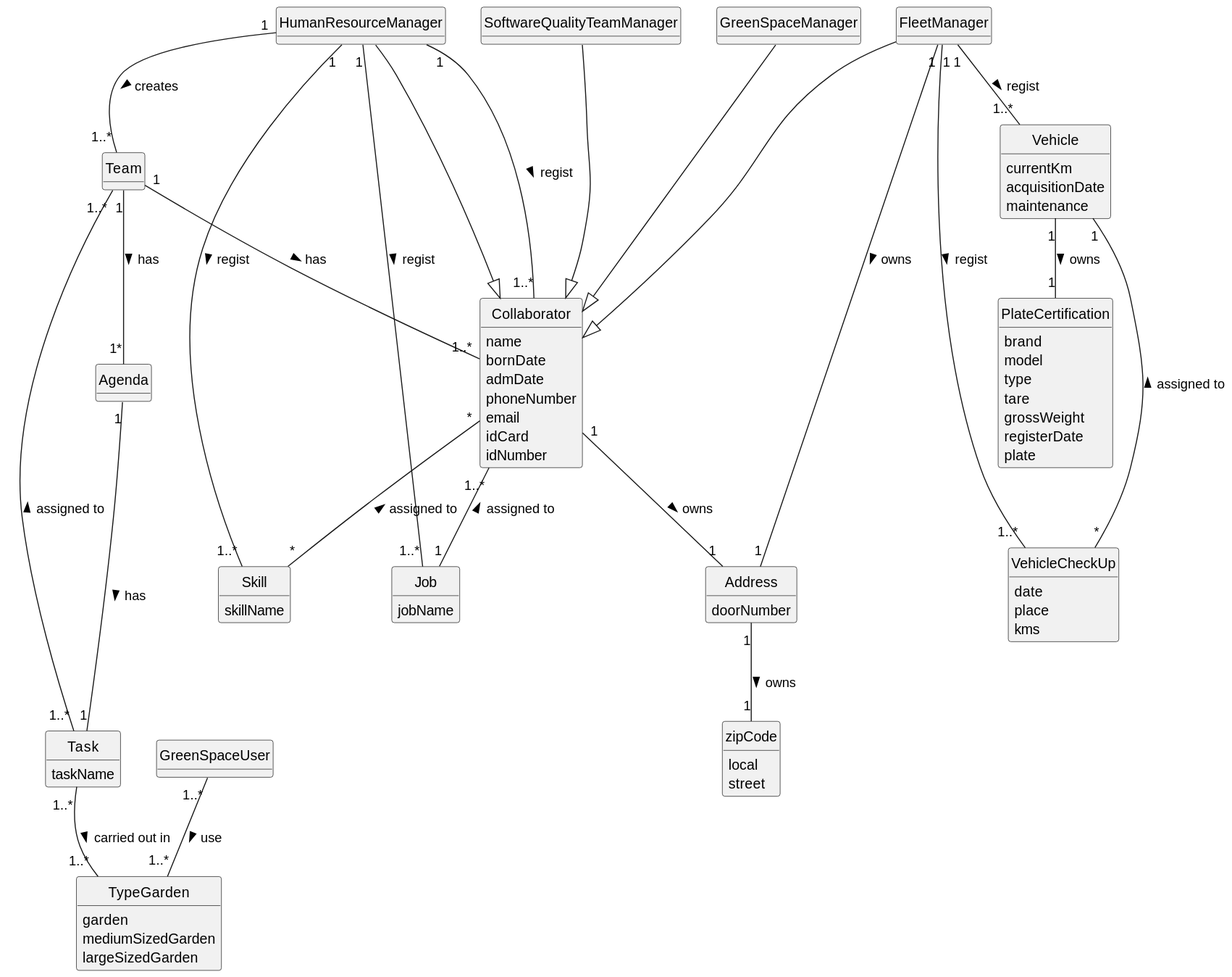
Before: docs/sprint2/global-artifacts/02.analysis/svg/project-domain-model.svg, a diagram exported from PlantUML (1231360-ISEP/lei-24-s2-1db-g021).
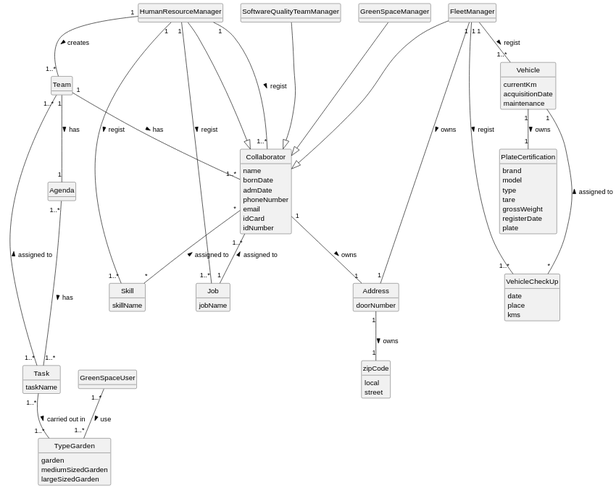
After the commit.

Commit message:
Update the Main Domain Model and Domain Model US05.

Diff of the diagram source:
```diff
@@ -96,8 +96,9 @@
 Address "1" -- "1" zipCode : owns >
 
 Team "1" -- "1..*" Collaborator : has >
-Team "1" -- "1*" Agenda : has >
-Team "1..*" -- "1..*" Task : assigned to <
+Team "1" -- "1" Agenda : has >
+Task "1..*" -- "1..*" Team : assigned to >
+Agenda "1..*" --- "1..*" Task : has >
 
 FleetManager "1" -- "1..*" Vehicle : regist >
 FleetManager "1" -- "1..*" VehicleCheckUp : regist >
@@ -106,8 +107,6 @@
 Vehicle "1" --- "*" VehicleCheckUp : assigned to <
 Vehicle "1" -- "1" PlateCertification : owns >
 
-Agenda "1" --- "1" Task : has >
-
 Task "1..*" -- "1..*" TypeGarden : carried out in >
 
 GreenSpaceUser "1..*" -- "1..*" TypeGarden : use >
```
